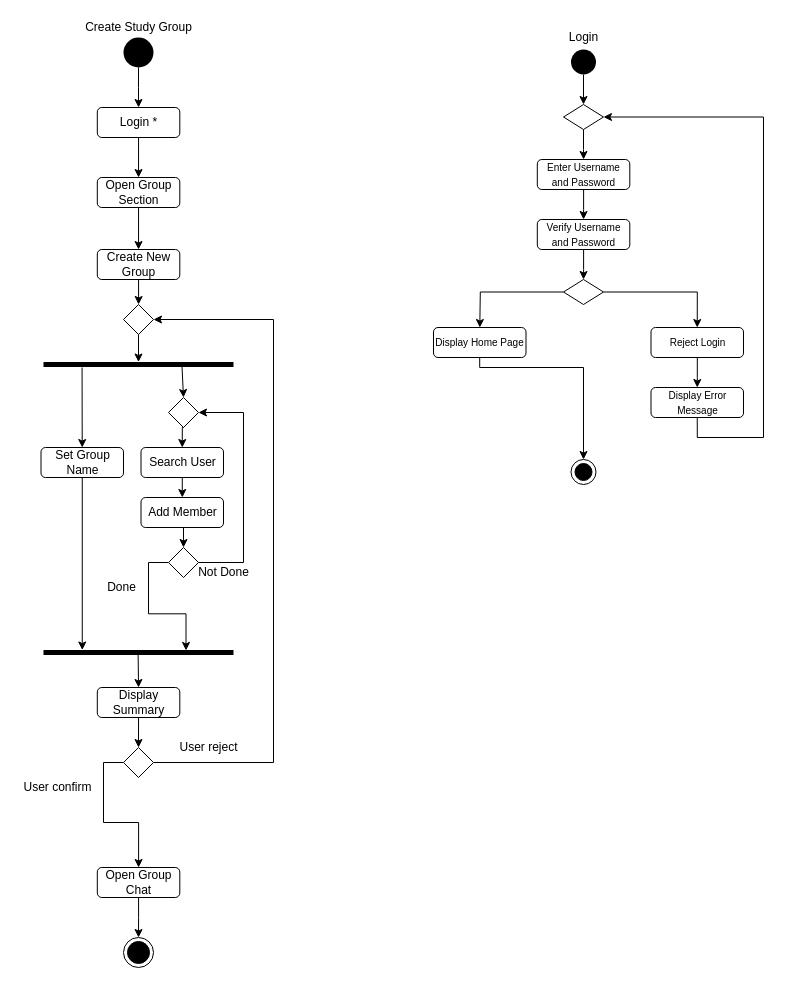
Above: Deliverables/Activity Diagram/Dalena Create Study Group Activity Diagram.drawio in nic-agos/DoveStudi (draw.io), before the change. Source tidied: cells renumbered, new cells numbered last; positions are measured from the earlier drawing's top-left corner, leaving out a move shared by most shapes. Both pictures are drawn from the tidied source at 100%, with x=0, y=0 at pixel (17, 17).
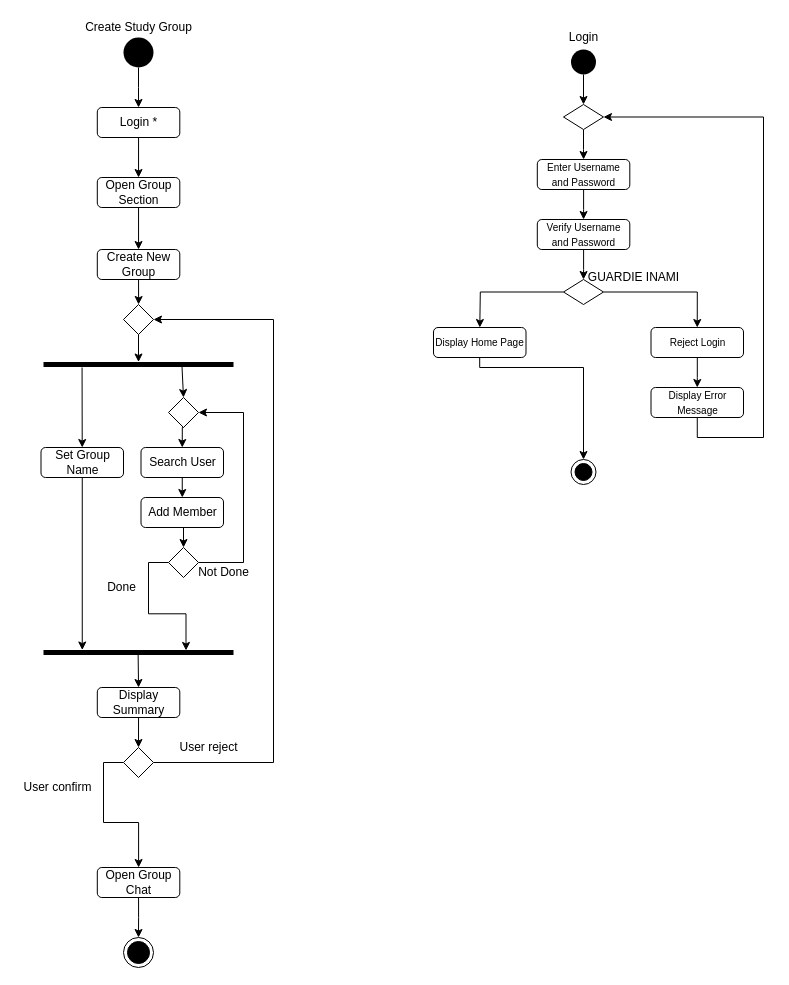
The same page after the edit.

Commit message:
metti le guardie

Diff of the diagram source:
```diff
@@
+    <mxCell id="61" value="GUARDIE INAMI" style="text;html=1;align=center;verticalAlign=middle;" parent="1" vertex="1">
+      <mxGeometry x="561" y="250" width="110" height="20" as="geometry" />
+    </mxCell>
```
